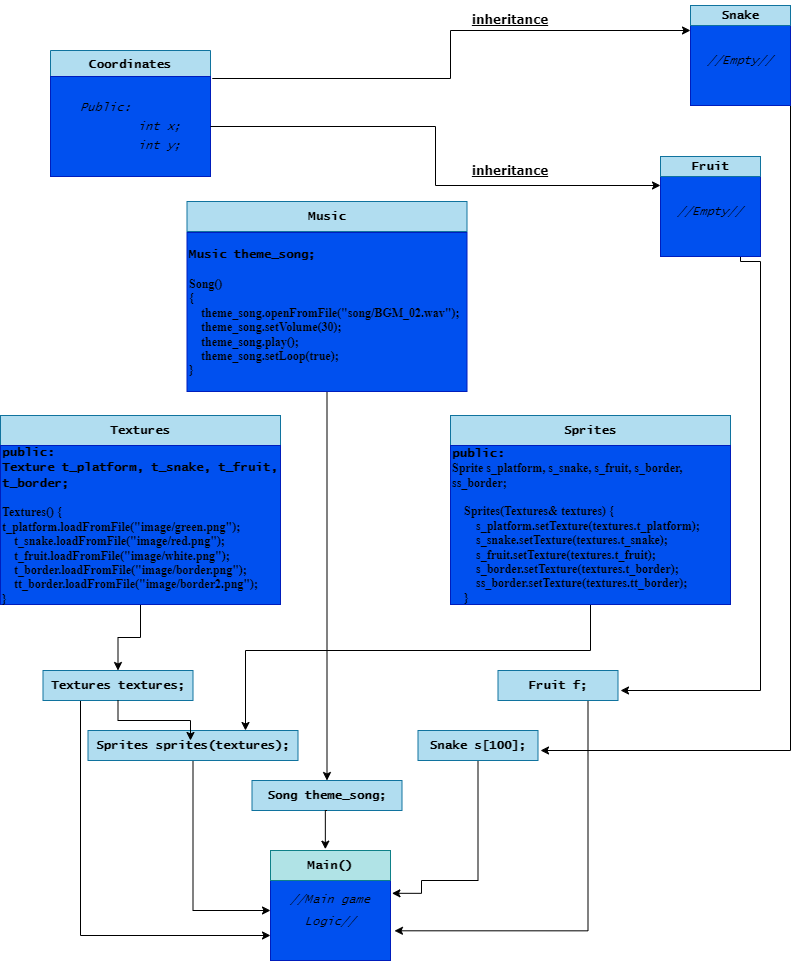
MuhammadHamzaKhanMarwat/oop-SNAKE-project keeps this draw.io diagram as OOP_Snake_Project.drawio.png. Above is the earlier version. Source tidied: cells renumbered, new cells last; positions are measured from the earlier drawing's top-left corner, leaving out a move shared by most shapes.
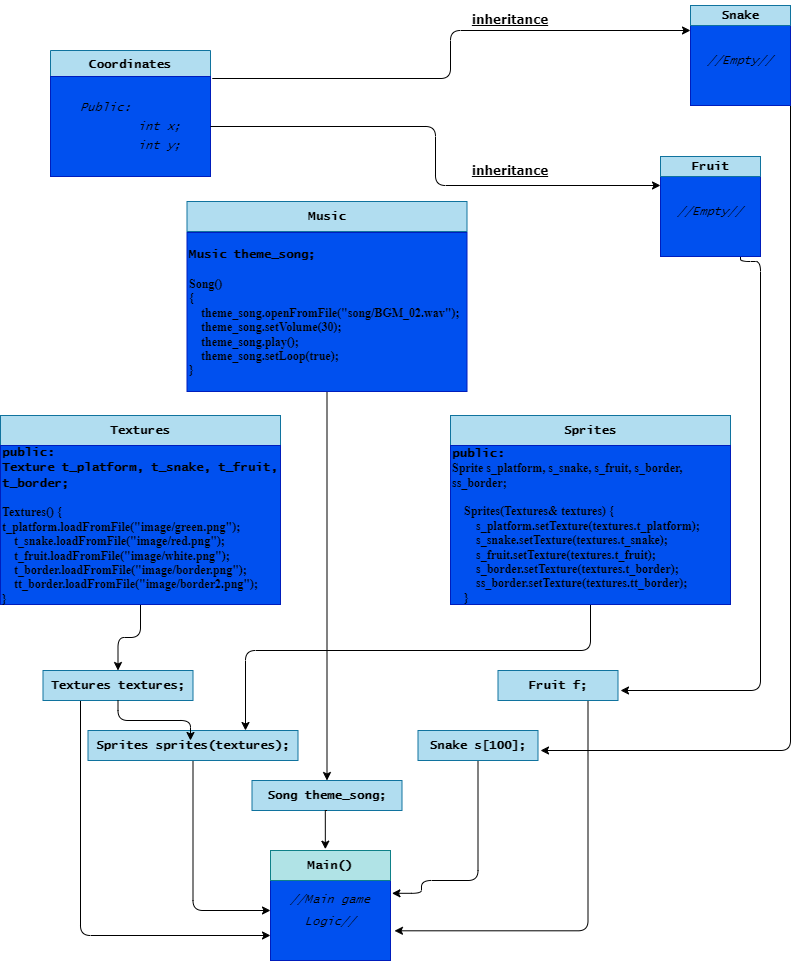
After the change.

Diff of the diagram source:
```diff
@@ -8,7 +8,7 @@
     <mxCell id="3" value="&lt;h4 style=&quot;line-height: 150%;&quot;&gt;&lt;div style=&quot;text-align: justify; line-height: 150%;&quot;&gt;&lt;i style=&quot;background-color: initial; font-weight: normal;&quot;&gt;&lt;font color=&quot;#000000&quot; face=&quot;Lucida Console&quot;&gt;Public:&lt;/font&gt;&lt;/i&gt;&lt;/div&gt;&lt;div style=&quot;text-align: justify; line-height: 150%;&quot;&gt;&lt;i style=&quot;background-color: initial; font-weight: normal;&quot;&gt;&lt;font color=&quot;#000000&quot; face=&quot;Lucida Console&quot;&gt;&lt;span style=&quot;white-space: pre;&quot;&gt;&#9;&lt;/span&gt;int x;&lt;/font&gt;&lt;/i&gt;&lt;/div&gt;&lt;i style=&quot;&quot;&gt;&lt;div style=&quot;text-align: justify; line-height: 150%;&quot;&gt;&lt;i style=&quot;background-color: initial; font-weight: normal;&quot;&gt;&lt;font color=&quot;#000000&quot; face=&quot;Lucida Console&quot;&gt;&lt;span style=&quot;white-space: pre;&quot;&gt;&#9;&lt;/span&gt;int y;&lt;/font&gt;&lt;/i&gt;&lt;/div&gt;&lt;/i&gt;&lt;/h4&gt;" style="text;html=1;align=center;verticalAlign=middle;points=[];strokeColor=#001DBC;fillColor=#0050ef;fontColor=#ffffff;" parent="2" vertex="1">
       <mxGeometry y="26" width="160" height="100" as="geometry" />
     </mxCell>
-    <mxCell id="4" style="edgeStyle=orthogonalEdgeStyle;rounded=0;jettySize=auto;html=1;exitX=1;exitY=1;exitDx=0;exitDy=0;" parent="1" edge="1" source="5">
+    <mxCell id="4" style="edgeStyle=orthogonalEdgeStyle;rounded=1;jettySize=auto;html=1;exitX=1;exitY=1;exitDx=0;exitDy=0;" parent="1" edge="1" source="5">
       <mxGeometry relative="1" as="geometry">
         <mxPoint x="540" y="750" as="targetPoint" />
         <Array as="points">
@@ -28,7 +28,7 @@
     <mxCell id="8" value="&lt;i&gt;&lt;font face=&quot;Lucida Console&quot;&gt;//Empty//&lt;/font&gt;&lt;/i&gt;" style="text;html=1;strokeColor=none;fillColor=none;align=center;verticalAlign=middle;whiteSpace=wrap;rounded=0;" parent="1" vertex="1">
       <mxGeometry x="710" y="45" width="60" height="30" as="geometry" />
     </mxCell>
-    <mxCell id="9" style="edgeStyle=orthogonalEdgeStyle;rounded=0;jettySize=auto;html=1;" parent="1" edge="1" source="10">
+    <mxCell id="9" style="edgeStyle=orthogonalEdgeStyle;rounded=1;jettySize=auto;html=1;" parent="1" edge="1" source="10">
       <mxGeometry relative="1" as="geometry">
         <mxPoint x="620" y="690" as="targetPoint" />
         <Array as="points">
@@ -47,10 +47,10 @@
     <mxCell id="12" value="&lt;i&gt;&lt;font face=&quot;Lucida Console&quot;&gt;//Empty//&lt;/font&gt;&lt;/i&gt;" style="text;html=1;strokeColor=none;fillColor=none;align=center;verticalAlign=middle;whiteSpace=wrap;rounded=0;" parent="1" vertex="1">
       <mxGeometry x="680" y="196" width="60" height="30" as="geometry" />
     </mxCell>
-    <mxCell id="13" style="edgeStyle=orthogonalEdgeStyle;rounded=0;jettySize=auto;html=1;entryX=0;entryY=0.25;entryDx=0;entryDy=0;exitX=1.011;exitY=0.02;exitDx=0;exitDy=0;exitPerimeter=0;" parent="1" edge="1" source="3" target="5">
+    <mxCell id="13" style="edgeStyle=orthogonalEdgeStyle;rounded=1;jettySize=auto;html=1;entryX=0;entryY=0.25;entryDx=0;entryDy=0;exitX=1.011;exitY=0.02;exitDx=0;exitDy=0;exitPerimeter=0;strokeColor=#000000;" parent="1" edge="1" source="3" target="5">
       <mxGeometry relative="1" as="geometry" />
     </mxCell>
-    <mxCell id="14" style="edgeStyle=orthogonalEdgeStyle;rounded=0;jettySize=auto;html=1;entryX=0;entryY=0.29;entryDx=0;entryDy=0;entryPerimeter=0;" parent="1" edge="1" source="3" target="10">
+    <mxCell id="14" style="edgeStyle=orthogonalEdgeStyle;rounded=1;jettySize=auto;html=1;entryX=0;entryY=0.29;entryDx=0;entryDy=0;entryPerimeter=0;" parent="1" edge="1" source="3" target="10">
       <mxGeometry relative="1" as="geometry" />
     </mxCell>
     <mxCell id="15" value="&lt;p style=&quot;line-height: 170%;&quot;&gt;&lt;font color=&quot;#000000&quot; face=&quot;Lucida Console&quot;&gt;&lt;i&gt;//Main game Logic//&lt;/i&gt;&lt;/font&gt;&lt;/p&gt;" style="rounded=0;whiteSpace=wrap;html=1;fillColor=#0050ef;strokeColor=#001DBC;fontColor=#ffffff;" parent="1" vertex="1">
@@ -65,7 +65,7 @@
     <mxCell id="18" value="&lt;b style=&quot;&quot;&gt;&lt;u style=&quot;&quot;&gt;&lt;font face=&quot;Verdana&quot;&gt;inheritance&lt;/font&gt;&lt;/u&gt;&lt;/b&gt;" style="text;html=1;strokeColor=none;fillColor=none;align=center;verticalAlign=middle;whiteSpace=wrap;rounded=0;" parent="1" vertex="1">
       <mxGeometry x="480" y="5" width="60" height="30" as="geometry" />
     </mxCell>
-    <mxCell id="19" style="edgeStyle=orthogonalEdgeStyle;rounded=0;jettySize=auto;html=1;entryX=1.012;entryY=0.328;entryDx=0;entryDy=0;entryPerimeter=0;" parent="1" edge="1" source="20" target="15">
+    <mxCell id="19" style="edgeStyle=orthogonalEdgeStyle;rounded=1;jettySize=auto;html=1;entryX=1.012;entryY=0.328;entryDx=0;entryDy=0;entryPerimeter=0;" parent="1" edge="1" source="20" target="15">
       <mxGeometry relative="1" as="geometry">
         <Array as="points">
           <mxPoint x="478" y="880" />
@@ -77,7 +77,7 @@
     <mxCell id="20" value="&lt;font color=&quot;#000000&quot; face=&quot;Lucida Console&quot;&gt;&lt;b&gt;Snake s[100];&lt;/b&gt;&lt;/font&gt;" style="rounded=0;whiteSpace=wrap;html=1;fillColor=#b1ddf0;strokeColor=#10739e;" parent="1" vertex="1">
       <mxGeometry x="417.5" y="730" width="120" height="30" as="geometry" />
     </mxCell>
-    <mxCell id="21" style="edgeStyle=orthogonalEdgeStyle;rounded=0;jettySize=auto;html=1;exitX=0.75;exitY=1;exitDx=0;exitDy=0;entryX=1.033;entryY=0.703;entryDx=0;entryDy=0;entryPerimeter=0;" parent="1" edge="1" source="22" target="15">
+    <mxCell id="21" style="edgeStyle=orthogonalEdgeStyle;rounded=1;jettySize=auto;html=1;exitX=0.75;exitY=1;exitDx=0;exitDy=0;entryX=1.033;entryY=0.703;entryDx=0;entryDy=0;entryPerimeter=0;" parent="1" edge="1" source="22" target="15">
       <mxGeometry relative="1" as="geometry">
         <Array as="points">
           <mxPoint x="588" y="930" />
@@ -90,13 +90,13 @@
     <mxCell id="23" value="&lt;font color=&quot;#000000&quot; face=&quot;Lucida Console&quot;&gt;&lt;b&gt;Song theme_song;&lt;/b&gt;&lt;/font&gt;" style="rounded=0;whiteSpace=wrap;html=1;fillColor=#b1ddf0;strokeColor=#10739e;" parent="1" vertex="1">
       <mxGeometry x="251.5" y="780" width="150" height="30" as="geometry" />
     </mxCell>
-    <mxCell id="24" style="edgeStyle=orthogonalEdgeStyle;rounded=0;jettySize=auto;html=1;exitX=0.25;exitY=1;exitDx=0;exitDy=0;entryX=0;entryY=0.75;entryDx=0;entryDy=0;" parent="1" edge="1" source="25" target="15">
+    <mxCell id="24" style="edgeStyle=orthogonalEdgeStyle;rounded=1;jettySize=auto;html=1;exitX=0.25;exitY=1;exitDx=0;exitDy=0;entryX=0;entryY=0.75;entryDx=0;entryDy=0;" parent="1" edge="1" source="25" target="15">
       <mxGeometry relative="1" as="geometry" />
     </mxCell>
     <mxCell id="25" value="&lt;font color=&quot;#000000&quot; face=&quot;Lucida Console&quot;&gt;&lt;b&gt;Textures textures;&lt;/b&gt;&lt;/font&gt;" style="rounded=0;whiteSpace=wrap;html=1;fillColor=#b1ddf0;strokeColor=#10739e;" parent="1" vertex="1">
       <mxGeometry x="42.5" y="670" width="150" height="30" as="geometry" />
     </mxCell>
-    <mxCell id="26" style="edgeStyle=orthogonalEdgeStyle;rounded=0;jettySize=auto;html=1;entryX=0;entryY=0.5;entryDx=0;entryDy=0;" parent="1" edge="1" source="27" target="15">
+    <mxCell id="26" style="edgeStyle=orthogonalEdgeStyle;rounded=1;jettySize=auto;html=1;entryX=0;entryY=0.5;entryDx=0;entryDy=0;" parent="1" edge="1" source="27" target="15">
       <mxGeometry relative="1" as="geometry" />
     </mxCell>
     <mxCell id="27" value="&lt;font color=&quot;#000000&quot; face=&quot;Lucida Console&quot;&gt;&lt;b&gt;Sprites sprites(textures);&lt;/b&gt;&lt;/font&gt;" style="rounded=0;whiteSpace=wrap;html=1;fillColor=#b1ddf0;strokeColor=#10739e;" parent="1" vertex="1">
@@ -105,7 +105,7 @@
     <mxCell id="28" value="&lt;b style=&quot;&quot;&gt;&lt;font face=&quot;Lucida Console&quot;&gt;Music&lt;/font&gt;&lt;/b&gt;" style="rounded=0;whiteSpace=wrap;html=1;fillColor=#b1ddf0;strokeColor=#10739e;" parent="1" vertex="1">
       <mxGeometry x="186.5" y="201" width="280" height="30" as="geometry" />
     </mxCell>
-    <mxCell id="29" style="edgeStyle=orthogonalEdgeStyle;rounded=0;jettySize=auto;html=1;exitX=0.5;exitY=1;exitDx=0;exitDy=0;" parent="1" edge="1" source="30" target="23">
+    <mxCell id="29" style="edgeStyle=orthogonalEdgeStyle;rounded=1;jettySize=auto;html=1;exitX=0.5;exitY=1;exitDx=0;exitDy=0;" parent="1" edge="1" source="30" target="23">
       <mxGeometry relative="1" as="geometry" />
     </mxCell>
     <mxCell id="30" value="&lt;div&gt;&lt;font color=&quot;#000000&quot; face=&quot;Lucida Console&quot;&gt;&lt;b&gt;Music theme_song;&lt;/b&gt;&lt;/font&gt;&lt;/div&gt;&lt;div&gt;&lt;font color=&quot;#000000&quot; face=&quot;EmI8eARShOcy2984bDzH&quot;&gt;&lt;b&gt;&lt;br&gt;&lt;/b&gt;&lt;/font&gt;&lt;/div&gt;&lt;div&gt;&lt;font color=&quot;#000000&quot; face=&quot;EmI8eARShOcy2984bDzH&quot;&gt;&lt;b&gt;Song()&amp;nbsp;&lt;/b&gt;&lt;/font&gt;&lt;/div&gt;&lt;div&gt;&lt;font color=&quot;#000000&quot; face=&quot;EmI8eARShOcy2984bDzH&quot;&gt;&lt;b&gt;{&lt;/b&gt;&lt;/font&gt;&lt;/div&gt;&lt;div&gt;&lt;font color=&quot;#000000&quot; face=&quot;EmI8eARShOcy2984bDzH&quot;&gt;&lt;b&gt;&amp;nbsp; &amp;nbsp; theme_song.openFromFile(&quot;song/BGM_02.wav&quot;);&lt;span style=&quot;&quot;&gt;&lt;/span&gt;&lt;/b&gt;&lt;/font&gt;&lt;/div&gt;&lt;div&gt;&lt;span style=&quot;&quot;&gt;&lt;font color=&quot;#000000&quot; face=&quot;EmI8eARShOcy2984bDzH&quot;&gt;&lt;b&gt;&lt;span style=&quot;&quot;&gt;&lt;span style=&quot;white-space: pre;&quot;&gt;&amp;nbsp;&amp;nbsp;&amp;nbsp;&amp;nbsp;&lt;/span&gt;&lt;/span&gt;theme_song.setVolume(30);&lt;/b&gt;&lt;/font&gt;&lt;/span&gt;&lt;/div&gt;&lt;div&gt;&lt;span style=&quot;&quot;&gt;&lt;font color=&quot;#000000&quot; face=&quot;EmI8eARShOcy2984bDzH&quot;&gt;&lt;b&gt;&lt;span style=&quot;&quot;&gt;&lt;span style=&quot;white-space: pre;&quot;&gt;&amp;nbsp;&amp;nbsp;&amp;nbsp;&amp;nbsp;&lt;/span&gt;&lt;/span&gt;theme_song.play();&lt;/b&gt;&lt;/font&gt;&lt;/span&gt;&lt;/div&gt;&lt;div&gt;&lt;span style=&quot;&quot;&gt;&lt;font color=&quot;#000000&quot; face=&quot;EmI8eARShOcy2984bDzH&quot;&gt;&lt;b&gt;&lt;span style=&quot;&quot;&gt;&lt;span style=&quot;white-space: pre;&quot;&gt;&amp;nbsp;&amp;nbsp;&amp;nbsp;&amp;nbsp;&lt;/span&gt;&lt;/span&gt;theme_song.setLoop(true);&lt;/b&gt;&lt;/font&gt;&lt;/span&gt;&lt;/div&gt;&lt;div&gt;&lt;font color=&quot;#000000&quot; face=&quot;EmI8eARShOcy2984bDzH&quot;&gt;&lt;b&gt;}&lt;/b&gt;&lt;/font&gt;&lt;/div&gt;" style="rounded=0;whiteSpace=wrap;html=1;align=left;fillColor=#0050ef;strokeColor=#001DBC;fontColor=#ffffff;" parent="1" vertex="1">
@@ -114,7 +114,7 @@
     <mxCell id="31" value="&lt;b&gt;&lt;font face=&quot;Lucida Console&quot;&gt;Textures&lt;/font&gt;&lt;/b&gt;" style="rounded=0;whiteSpace=wrap;html=1;fillColor=#b1ddf0;strokeColor=#10739e;" parent="1" vertex="1">
       <mxGeometry y="415" width="280" height="30" as="geometry" />
     </mxCell>
-    <mxCell id="32" style="edgeStyle=orthogonalEdgeStyle;rounded=0;jettySize=auto;html=1;" parent="1" edge="1" source="33" target="25">
+    <mxCell id="32" style="edgeStyle=orthogonalEdgeStyle;rounded=1;jettySize=auto;html=1;" parent="1" edge="1" source="33" target="25">
       <mxGeometry relative="1" as="geometry" />
     </mxCell>
     <mxCell id="33" value="&lt;div&gt;&lt;font face=&quot;Lucida Console&quot; color=&quot;#000000&quot;&gt;&lt;b&gt;public:&lt;/b&gt;&lt;/font&gt;&lt;/div&gt;&lt;div&gt;&lt;font color=&quot;#000000&quot; style=&quot;&quot; face=&quot;Lucida Console&quot;&gt;&lt;b&gt;Texture t_platform, t_snake, t_fruit, t_border;&lt;/b&gt;&lt;/font&gt;&lt;/div&gt;&lt;div&gt;&lt;font color=&quot;#000000&quot; face=&quot;qkfW8gjGQyR6Fdm8LcyY&quot;&gt;&lt;b&gt;&lt;br&gt;&lt;/b&gt;&lt;/font&gt;&lt;/div&gt;&lt;div&gt;&lt;font color=&quot;#000000&quot; face=&quot;qkfW8gjGQyR6Fdm8LcyY&quot;&gt;&lt;b&gt;Textures() {&lt;/b&gt;&lt;/font&gt;&lt;/div&gt;&lt;div&gt;&lt;font color=&quot;#000000&quot; face=&quot;qkfW8gjGQyR6Fdm8LcyY&quot;&gt;&lt;b&gt;t_platform.loadFromFile(&quot;image/green.png&quot;);&lt;span style=&quot;&quot;&gt;&lt;/span&gt;&lt;/b&gt;&lt;/font&gt;&lt;/div&gt;&lt;div&gt;&lt;span style=&quot;&quot;&gt;&lt;font color=&quot;#000000&quot; face=&quot;qkfW8gjGQyR6Fdm8LcyY&quot;&gt;&lt;b&gt;&lt;span style=&quot;&quot;&gt;&lt;span style=&quot;white-space: pre;&quot;&gt;&amp;nbsp;&amp;nbsp;&amp;nbsp;&amp;nbsp;&lt;/span&gt;&lt;/span&gt;t_snake.loadFromFile(&quot;image/red.png&quot;);&lt;/b&gt;&lt;/font&gt;&lt;/span&gt;&lt;/div&gt;&lt;div&gt;&lt;span style=&quot;&quot;&gt;&lt;font color=&quot;#000000&quot; face=&quot;qkfW8gjGQyR6Fdm8LcyY&quot;&gt;&lt;b&gt;&lt;span style=&quot;&quot;&gt;&lt;span style=&quot;white-space: pre;&quot;&gt;&amp;nbsp;&amp;nbsp;&amp;nbsp;&amp;nbsp;&lt;/span&gt;&lt;/span&gt;t_fruit.loadFromFile(&quot;image/white.png&quot;);&lt;/b&gt;&lt;/font&gt;&lt;/span&gt;&lt;/div&gt;&lt;div&gt;&lt;span style=&quot;&quot;&gt;&lt;font color=&quot;#000000&quot; face=&quot;qkfW8gjGQyR6Fdm8LcyY&quot;&gt;&lt;b&gt;&lt;span style=&quot;&quot;&gt;&lt;span style=&quot;white-space: pre;&quot;&gt;&amp;nbsp;&amp;nbsp;&amp;nbsp;&amp;nbsp;&lt;/span&gt;&lt;/span&gt;t_border.loadFromFile(&quot;image/border.png&quot;);&lt;/b&gt;&lt;/font&gt;&lt;/span&gt;&lt;/div&gt;&lt;div&gt;&lt;span style=&quot;&quot;&gt;&lt;font color=&quot;#000000&quot; face=&quot;qkfW8gjGQyR6Fdm8LcyY&quot;&gt;&lt;b&gt;&lt;span style=&quot;&quot;&gt;&lt;span style=&quot;white-space: pre;&quot;&gt;&amp;nbsp;&amp;nbsp;&amp;nbsp;&amp;nbsp;&lt;/span&gt;&lt;/span&gt;tt_border.loadFromFile(&quot;image/border2.png&quot;);&lt;/b&gt;&lt;/font&gt;&lt;/span&gt;&lt;/div&gt;&lt;div&gt;&lt;font color=&quot;#000000&quot; style=&quot;&quot; face=&quot;qkfW8gjGQyR6Fdm8LcyY&quot;&gt;&lt;b&gt;}&lt;/b&gt;&lt;/font&gt;&lt;/div&gt;" style="rounded=0;whiteSpace=wrap;html=1;align=left;fillColor=#0050ef;strokeColor=#001DBC;fontColor=#ffffff;" parent="1" vertex="1">
@@ -123,7 +123,7 @@
     <mxCell id="34" value="&lt;b&gt;&lt;font face=&quot;Lucida Console&quot;&gt;Sprites&lt;/font&gt;&lt;/b&gt;" style="rounded=0;whiteSpace=wrap;html=1;fillColor=#b1ddf0;strokeColor=#10739e;" parent="1" vertex="1">
       <mxGeometry x="450" y="415" width="280" height="30" as="geometry" />
     </mxCell>
-    <mxCell id="35" style="edgeStyle=orthogonalEdgeStyle;rounded=0;jettySize=auto;html=1;exitX=0.5;exitY=1;exitDx=0;exitDy=0;entryX=0.75;entryY=0;entryDx=0;entryDy=0;" parent="1" edge="1" source="36" target="27">
+    <mxCell id="35" style="edgeStyle=orthogonalEdgeStyle;rounded=1;jettySize=auto;html=1;exitX=0.5;exitY=1;exitDx=0;exitDy=0;entryX=0.75;entryY=0;entryDx=0;entryDy=0;" parent="1" edge="1" source="36" target="27">
       <mxGeometry relative="1" as="geometry">
         <Array as="points">
           <mxPoint x="590" y="650" />
@@ -134,7 +134,7 @@
     <mxCell id="36" value="&lt;div&gt;&lt;font color=&quot;#000000&quot; style=&quot;&quot; face=&quot;Lucida Console&quot;&gt;&lt;b&gt;public:&lt;/b&gt;&lt;/font&gt;&lt;/div&gt;&lt;div&gt;&lt;font color=&quot;#000000&quot; face=&quot;yuA3Xb2LigXVsa4bIMqP&quot;&gt;&lt;b&gt;Sprite s_platform, s_snake, s_fruit, s_border, ss_border;&lt;span style=&quot;&quot;&gt;&lt;/span&gt;&lt;/b&gt;&lt;/font&gt;&lt;/div&gt;&lt;div&gt;&lt;font color=&quot;#000000&quot; face=&quot;yuA3Xb2LigXVsa4bIMqP&quot;&gt;&lt;b&gt;&lt;br&gt;&lt;/b&gt;&lt;/font&gt;&lt;/div&gt;&lt;div&gt;&lt;span style=&quot;&quot;&gt;&lt;font color=&quot;#000000&quot; face=&quot;yuA3Xb2LigXVsa4bIMqP&quot;&gt;&lt;b&gt;&lt;span style=&quot;&quot;&gt;&lt;span style=&quot;white-space: pre;&quot;&gt;&amp;nbsp;&amp;nbsp;&amp;nbsp;&amp;nbsp;&lt;/span&gt;&lt;/span&gt;Sprites(Textures&amp;amp; textures) {&lt;/b&gt;&lt;/font&gt;&lt;/span&gt;&lt;/div&gt;&lt;div&gt;&lt;span style=&quot;&quot;&gt;&lt;font color=&quot;#000000&quot; face=&quot;yuA3Xb2LigXVsa4bIMqP&quot;&gt;&lt;b&gt;&lt;span style=&quot;&quot;&gt;&lt;span style=&quot;white-space: pre;&quot;&gt;&amp;nbsp;&amp;nbsp;&amp;nbsp;&amp;nbsp;&lt;/span&gt;&lt;span style=&quot;white-space: pre;&quot;&gt;&amp;nbsp;&amp;nbsp;&amp;nbsp;&amp;nbsp;&lt;/span&gt;&lt;/span&gt;s_platform.setTexture(textures.t_platform);&lt;/b&gt;&lt;/font&gt;&lt;/span&gt;&lt;/div&gt;&lt;div&gt;&lt;span style=&quot;&quot;&gt;&lt;font color=&quot;#000000&quot; face=&quot;yuA3Xb2LigXVsa4bIMqP&quot;&gt;&lt;b&gt;&lt;span style=&quot;&quot;&gt;&lt;span style=&quot;white-space: pre;&quot;&gt;&amp;nbsp;&amp;nbsp;&amp;nbsp;&amp;nbsp;&lt;/span&gt;&lt;span style=&quot;white-space: pre;&quot;&gt;&amp;nbsp;&amp;nbsp;&amp;nbsp;&amp;nbsp;&lt;/span&gt;&lt;/span&gt;s_snake.setTexture(textures.t_snake);&lt;/b&gt;&lt;/font&gt;&lt;/span&gt;&lt;/div&gt;&lt;div&gt;&lt;span style=&quot;&quot;&gt;&lt;font color=&quot;#000000&quot; face=&quot;yuA3Xb2LigXVsa4bIMqP&quot;&gt;&lt;b&gt;&lt;span style=&quot;&quot;&gt;&lt;span style=&quot;white-space: pre;&quot;&gt;&amp;nbsp;&amp;nbsp;&amp;nbsp;&amp;nbsp;&lt;/span&gt;&lt;span style=&quot;white-space: pre;&quot;&gt;&amp;nbsp;&amp;nbsp;&amp;nbsp;&amp;nbsp;&lt;/span&gt;&lt;/span&gt;s_fruit.setTexture(textures.t_fruit);&lt;/b&gt;&lt;/font&gt;&lt;/span&gt;&lt;/div&gt;&lt;div&gt;&lt;span style=&quot;&quot;&gt;&lt;font color=&quot;#000000&quot; face=&quot;yuA3Xb2LigXVsa4bIMqP&quot;&gt;&lt;b&gt;&lt;span style=&quot;&quot;&gt;&lt;span style=&quot;white-space: pre;&quot;&gt;&amp;nbsp;&amp;nbsp;&amp;nbsp;&amp;nbsp;&lt;/span&gt;&lt;span style=&quot;white-space: pre;&quot;&gt;&amp;nbsp;&amp;nbsp;&amp;nbsp;&amp;nbsp;&lt;/span&gt;&lt;/span&gt;s_border.setTexture(textures.t_border);&lt;/b&gt;&lt;/font&gt;&lt;/span&gt;&lt;/div&gt;&lt;div&gt;&lt;span style=&quot;&quot;&gt;&lt;font color=&quot;#000000&quot; face=&quot;yuA3Xb2LigXVsa4bIMqP&quot;&gt;&lt;b&gt;&lt;span style=&quot;&quot;&gt;&lt;span style=&quot;white-space: pre;&quot;&gt;&amp;nbsp;&amp;nbsp;&amp;nbsp;&amp;nbsp;&lt;/span&gt;&lt;span style=&quot;white-space: pre;&quot;&gt;&amp;nbsp;&amp;nbsp;&amp;nbsp;&amp;nbsp;&lt;/span&gt;&lt;/span&gt;ss_border.setTexture(textures.tt_border);&lt;/b&gt;&lt;/font&gt;&lt;/span&gt;&lt;/div&gt;&lt;div&gt;&lt;font color=&quot;#000000&quot; style=&quot;&quot; face=&quot;yuA3Xb2LigXVsa4bIMqP&quot;&gt;&lt;b&gt;&lt;span style=&quot;white-space: pre;&quot;&gt;&amp;nbsp;&amp;nbsp;&amp;nbsp;&amp;nbsp;&lt;/span&gt;}&lt;/b&gt;&lt;/font&gt;&lt;/div&gt;" style="rounded=0;whiteSpace=wrap;html=1;align=left;fillColor=#0050ef;strokeColor=#001DBC;fontColor=#ffffff;" parent="1" vertex="1">
       <mxGeometry x="450" y="445" width="280" height="159" as="geometry" />
     </mxCell>
-    <mxCell id="37" style="edgeStyle=orthogonalEdgeStyle;rounded=0;jettySize=auto;html=1;exitX=0.5;exitY=1;exitDx=0;exitDy=0;entryX=0.488;entryY=0.333;entryDx=0;entryDy=0;entryPerimeter=0;" parent="1" edge="1" source="25" target="27">
+    <mxCell id="37" style="edgeStyle=orthogonalEdgeStyle;rounded=1;jettySize=auto;html=1;exitX=0.5;exitY=1;exitDx=0;exitDy=0;entryX=0.488;entryY=0.333;entryDx=0;entryDy=0;entryPerimeter=0;" parent="1" edge="1" source="25" target="27">
       <mxGeometry relative="1" as="geometry" />
     </mxCell>
     <mxCell id="38" style="edgeStyle=orthogonalEdgeStyle;rounded=0;jettySize=auto;html=1;exitX=0.5;exitY=1;exitDx=0;exitDy=0;entryX=0.457;entryY=-0.044;entryDx=0;entryDy=0;entryPerimeter=0;" parent="1" edge="1" source="23" target="16">
```
